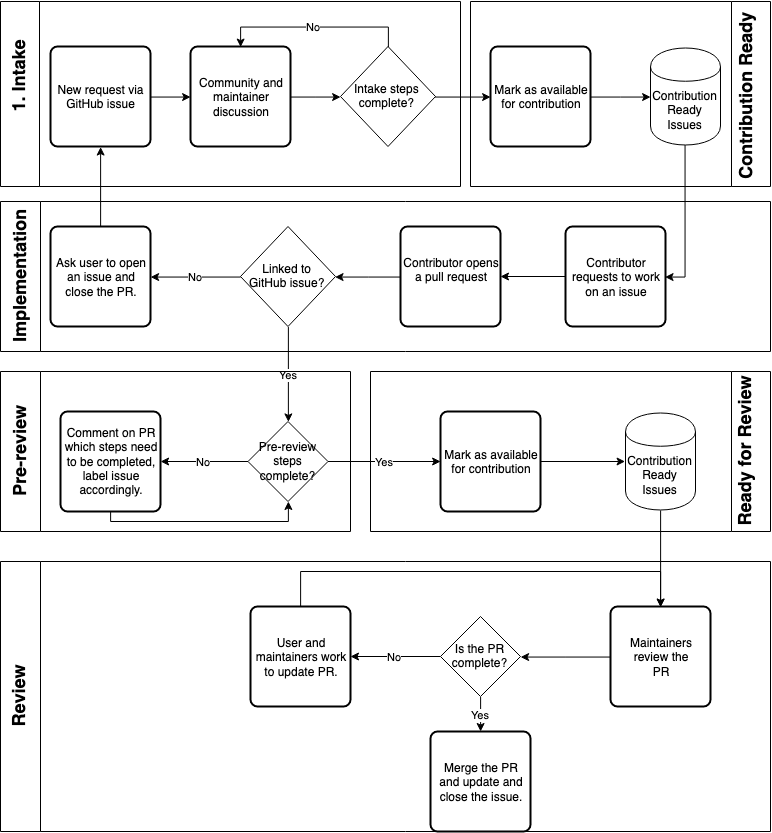
The draw.io diagram proposals/contrib-guide-high-level.png in kdaily/aws-cli, before a commit. Source tidied: cells renumbered, new cells last; positions are measured from the earlier drawing's top-left corner, leaving out a move shared by most shapes.
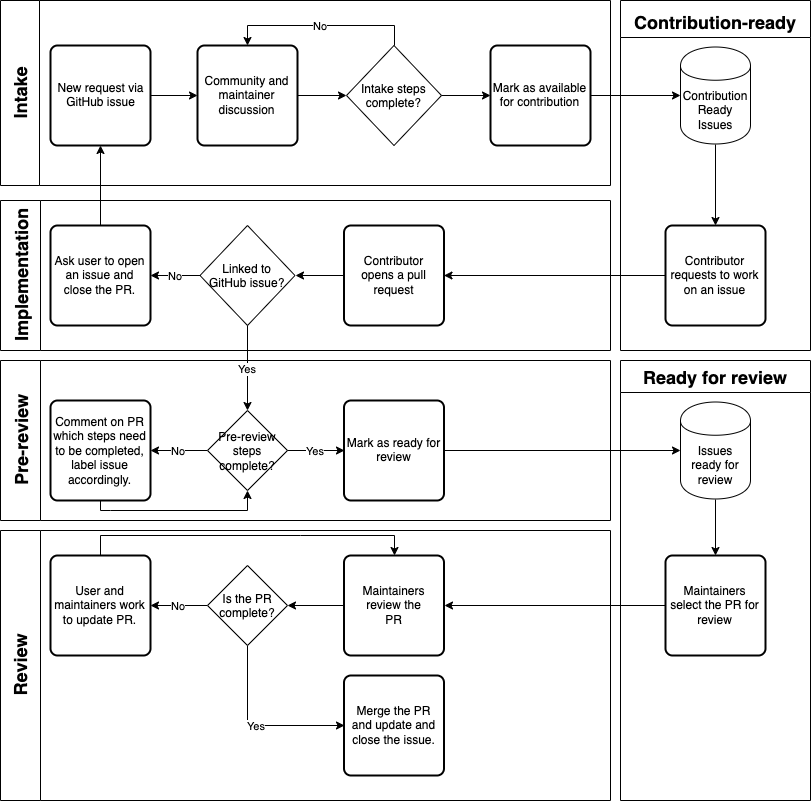
The same file after the commit.

The edit, as a diff of the source:
```diff
@@ -8,13 +8,13 @@
       </mxGeometry>
     </mxCell>
     <mxCell id="3" style="swimlane;startSize=39;direction=north;" parent="1" vertex="1">
-      <mxGeometry x="62" width="460" height="185" as="geometry" />
+      <mxGeometry x="62" width="610" height="185" as="geometry" />
     </mxCell>
     <mxCell id="4" value="&lt;div&gt;Intake steps&lt;/div&gt;&lt;div&gt;complete?&lt;/div&gt;" style="shape=rhombus;html=1;dashed=0;whitespace=wrap;perimeter=rhombusPerimeter;" parent="3" vertex="1">
-      <mxGeometry x="340" y="45" width="95" height="100" as="geometry" />
+      <mxGeometry x="346" y="45" width="95" height="100" as="geometry" />
     </mxCell>
     <mxCell id="5" value="Community and maintainer discussion" style="rounded=1;whiteSpace=wrap;html=1;absoluteArcSize=1;arcSize=14;strokeWidth=2;" parent="3" vertex="1">
-      <mxGeometry x="190" y="45" width="100" height="100" as="geometry" />
+      <mxGeometry x="197" y="45" width="100" height="100" as="geometry" />
     </mxCell>
     <mxCell id="6" value="No" style="edgeStyle=orthogonalEdgeStyle;rounded=0;jettySize=auto;html=1;entryX=0.5;entryY=0;entryDx=0;entryDy=0;exitX=0.5;exitY=0;exitDx=0;exitDy=0;" parent="3" edge="1" source="4" target="5">
       <mxGeometry relative="1" as="geometry" />
@@ -23,28 +23,22 @@
       <mxGeometry relative="1" as="geometry" />
     </mxCell>
     <mxCell id="8" style="swimlane;startSize=40;direction=north;" parent="1" vertex="1">
-      <mxGeometry x="62" y="200" width="770" height="150" as="geometry" />
+      <mxGeometry x="62" y="200" width="610" height="150" as="geometry" />
     </mxCell>
     <mxCell id="9" value="&lt;font style=&quot;font-size: 18px&quot;&gt;&lt;b&gt;Implementation&lt;/b&gt;&lt;/font&gt;" style="text;html=1;strokeColor=none;fillColor=none;align=center;verticalAlign=middle;whiteSpace=wrap;rounded=0;rotation=-90;" parent="8" vertex="1">
       <mxGeometry y="65" width="40" height="20" as="geometry" />
     </mxCell>
     <mxCell id="10" value="&lt;div&gt;Linked to&lt;/div&gt;&lt;div&gt;GitHub issue?&lt;/div&gt;" style="shape=rhombus;html=1;dashed=0;whitespace=wrap;perimeter=rhombusPerimeter;" parent="8" vertex="1">
-      <mxGeometry x="240" y="25" width="95" height="100" as="geometry" />
+      <mxGeometry x="199.5" y="25" width="95" height="100" as="geometry" />
     </mxCell>
-    <mxCell id="11" value="Contributor requests to work on an issue" style="rounded=1;whiteSpace=wrap;html=1;absoluteArcSize=1;arcSize=14;strokeWidth=2;" parent="8" vertex="1">
-      <mxGeometry x="565" y="25" width="100" height="100" as="geometry" />
-    </mxCell>
     <mxCell id="12" value="Contributor opens a pull request" style="rounded=1;whiteSpace=wrap;html=1;absoluteArcSize=1;arcSize=14;strokeWidth=2;" parent="8" vertex="1">
-      <mxGeometry x="400" y="25" width="100" height="100" as="geometry" />
+      <mxGeometry x="343.5" y="25" width="100" height="100" as="geometry" />
     </mxCell>
-    <mxCell id="13" style="edgeStyle=orthogonalEdgeStyle;rounded=0;jettySize=auto;html=1;" parent="8" edge="1" source="11" target="12">
-      <mxGeometry relative="1" as="geometry" />
-    </mxCell>
     <mxCell id="14" style="edgeStyle=orthogonalEdgeStyle;rounded=0;jettySize=auto;html=1;entryX=1;entryY=0.5;entryDx=0;entryDy=0;" parent="8" edge="1" source="12" target="10">
       <mxGeometry relative="1" as="geometry" />
     </mxCell>
     <mxCell id="15" style="swimlane;startSize=40;direction=north;" parent="1" vertex="1">
-      <mxGeometry x="62" y="560" width="770" height="270" as="geometry" />
+      <mxGeometry x="62" y="530" width="610" height="270" as="geometry" />
     </mxCell>
     <mxCell id="16" value="&lt;font style=&quot;font-size: 18px&quot;&gt;&lt;b&gt;Review&lt;/b&gt;&lt;/font&gt;" style="text;html=1;strokeColor=none;fillColor=none;align=center;verticalAlign=middle;whiteSpace=wrap;rounded=0;rotation=-90;" parent="15" vertex="1">
       <mxGeometry y="125" width="40" height="20" as="geometry" />
@@ -53,30 +47,30 @@
       <mxGeometry relative="1" as="geometry" />
     </mxCell>
     <mxCell id="18" value="&lt;div&gt;Maintainers review the&lt;/div&gt;&lt;div&gt;PR&lt;br&gt;&lt;/div&gt;" style="rounded=1;whiteSpace=wrap;html=1;absoluteArcSize=1;arcSize=14;strokeWidth=2;" parent="15" vertex="1">
-      <mxGeometry x="610" y="45" width="100" height="100" as="geometry" />
+      <mxGeometry x="343.5" y="25" width="100" height="100" as="geometry" />
     </mxCell>
-    <mxCell id="19" value="Yes" style="edgeStyle=orthogonalEdgeStyle;rounded=0;jettySize=auto;html=1;entryX=0.5;entryY=0;entryDx=0;entryDy=0;exitX=0.5;exitY=1;exitDx=0;exitDy=0;" parent="15" edge="1" source="24" target="22">
+    <mxCell id="19" value="Yes" style="edgeStyle=orthogonalEdgeStyle;rounded=0;jettySize=auto;html=1;entryX=0;entryY=0.5;entryDx=0;entryDy=0;exitX=0.5;exitY=1;exitDx=0;exitDy=0;" parent="15" edge="1" source="24" target="22">
       <mxGeometry relative="1" as="geometry" />
     </mxCell>
     <mxCell id="20" style="edgeStyle=orthogonalEdgeStyle;rounded=0;jettySize=auto;html=1;entryX=0.5;entryY=0;entryDx=0;entryDy=0;exitX=0.5;exitY=0;exitDx=0;exitDy=0;" parent="15" edge="1" source="21" target="18">
       <mxGeometry relative="1" as="geometry">
         <Array as="points">
-          <mxPoint x="300" y="10" />
-          <mxPoint x="660" y="10" />
+          <mxPoint x="300" y="5" />
+          <mxPoint x="660" y="5" />
         </Array>
       </mxGeometry>
     </mxCell>
     <mxCell id="21" value="User and maintainers work to update PR." style="rounded=1;whiteSpace=wrap;html=1;absoluteArcSize=1;arcSize=14;strokeWidth=2;" parent="15" vertex="1">
-      <mxGeometry x="250" y="45" width="100" height="100" as="geometry" />
+      <mxGeometry x="50" y="25" width="100" height="100" as="geometry" />
     </mxCell>
     <mxCell id="22" value="Merge the PR and update and close the issue." style="rounded=1;whiteSpace=wrap;html=1;absoluteArcSize=1;arcSize=14;strokeWidth=2;" parent="15" vertex="1">
-      <mxGeometry x="430" y="170" width="100" height="100" as="geometry" />
+      <mxGeometry x="343.5" y="145" width="100" height="100" as="geometry" />
     </mxCell>
     <mxCell id="23" value="No" style="edgeStyle=orthogonalEdgeStyle;rounded=0;jettySize=auto;html=1;" parent="15" edge="1" source="24" target="21">
       <mxGeometry relative="1" as="geometry" />
     </mxCell>
     <mxCell id="24" value="Is the PR complete?" style="rhombus;whiteSpace=wrap;html=1;" parent="15" vertex="1">
-      <mxGeometry x="440" y="55" width="80" height="80" as="geometry" />
+      <mxGeometry x="207" y="35" width="80" height="80" as="geometry" />
     </mxCell>
     <mxCell id="25" style="edgeStyle=orthogonalEdgeStyle;rounded=0;jettySize=auto;html=1;exitX=0.5;exitY=0;exitDx=0;exitDy=0;entryX=0.5;entryY=1;entryDx=0;entryDy=0;" parent="1" edge="1" source="27" target="37">
       <mxGeometry relative="1" as="geometry" />
@@ -91,7 +85,7 @@
       <mxGeometry relative="1" as="geometry" />
     </mxCell>
     <mxCell id="29" style="swimlane;startSize=40;direction=north;" parent="1" vertex="1">
-      <mxGeometry x="62" y="370" width="350" height="160" as="geometry" />
+      <mxGeometry x="62" y="360" width="610" height="160" as="geometry" />
     </mxCell>
     <mxCell id="30" value="&lt;font style=&quot;font-size: 18px&quot;&gt;&lt;b&gt;Pre-review&lt;/b&gt;&lt;/font&gt;" style="text;html=1;strokeColor=none;fillColor=none;align=center;verticalAlign=middle;whiteSpace=wrap;rounded=0;rotation=-90;" parent="29" vertex="1">
       <mxGeometry x="-62.5" y="70" width="165" height="20" as="geometry" />
@@ -100,24 +94,30 @@
       <mxGeometry relative="1" as="geometry">
         <Array as="points">
           <mxPoint x="110" y="150" />
-          <mxPoint x="288" y="150" />
+          <mxPoint x="237" y="150" />
         </Array>
       </mxGeometry>
     </mxCell>
     <mxCell id="32" value="Comment on PR which steps need to be completed, label issue accordingly." style="rounded=1;whiteSpace=wrap;html=1;absoluteArcSize=1;arcSize=14;strokeWidth=2;" parent="29" vertex="1">
-      <mxGeometry x="60" y="40" width="100" height="100" as="geometry" />
+      <mxGeometry x="50" y="40" width="100" height="100" as="geometry" />
     </mxCell>
     <mxCell id="33" value="No" style="edgeStyle=orthogonalEdgeStyle;rounded=0;jettySize=auto;html=1;entryX=1;entryY=0.5;entryDx=0;entryDy=0;exitX=0;exitY=0.5;exitDx=0;exitDy=0;" parent="29" edge="1" source="34" target="32">
       <mxGeometry relative="1" as="geometry" />
     </mxCell>
     <mxCell id="34" value="Pre-review steps complete?" style="rhombus;whiteSpace=wrap;html=1;" parent="29" vertex="1">
-      <mxGeometry x="247.5" y="50" width="80" height="80" as="geometry" />
+      <mxGeometry x="207" y="50" width="80" height="80" as="geometry" />
     </mxCell>
+    <mxCell id="47" value="Mark as ready for review" style="rounded=1;whiteSpace=wrap;html=1;absoluteArcSize=1;arcSize=14;strokeWidth=2;" parent="29" vertex="1">
+      <mxGeometry x="343.5" y="40" width="100" height="100" as="geometry" />
+    </mxCell>
+    <mxCell id="50" value="Yes" style="edgeStyle=orthogonalEdgeStyle;rounded=0;jettySize=auto;html=1;entryX=0;entryY=0.5;entryDx=0;entryDy=0;" parent="29" edge="1" source="34" target="47">
+      <mxGeometry relative="1" as="geometry" />
+    </mxCell>
-    <mxCell id="35" style="edgeStyle=orthogonalEdgeStyle;rounded=0;jettySize=auto;html=1;entryX=1;entryY=0.5;entryDx=0;entryDy=0;exitX=0.5;exitY=1;exitDx=0;exitDy=0;" parent="1" edge="1" source="44" target="11">
+    <mxCell id="35" style="edgeStyle=orthogonalEdgeStyle;rounded=0;jettySize=auto;html=1;entryX=0.5;entryY=0;entryDx=0;entryDy=0;exitX=0.5;exitY=1;exitDx=0;exitDy=0;" parent="1" edge="1" source="44" target="11">
       <mxGeometry relative="1" as="geometry" />
     </mxCell>
-    <mxCell id="36" value="&lt;font style=&quot;font-size: 18px&quot;&gt;&lt;b&gt;1. Intake&lt;/b&gt;&lt;/font&gt;" style="text;html=1;strokeColor=none;fillColor=none;align=center;verticalAlign=middle;whiteSpace=wrap;rounded=0;rotation=-90;" parent="1" vertex="1">
-      <mxGeometry x="37" y="65" width="90" height="20" as="geometry" />
+    <mxCell id="36" value="&lt;font style=&quot;font-size: 18px&quot;&gt;&lt;b&gt;Intake&lt;/b&gt;&lt;/font&gt;" style="text;html=1;strokeColor=none;fillColor=none;align=center;verticalAlign=middle;whiteSpace=wrap;rounded=0;rotation=-90;" parent="1" vertex="1">
+      <mxGeometry x="37" y="82.5" width="90" height="20" as="geometry" />
     </mxCell>
     <mxCell id="37" value="&lt;div&gt;New request via&lt;/div&gt;&lt;div&gt; GitHub issue&lt;/div&gt;" style="rounded=1;whiteSpace=wrap;html=1;absoluteArcSize=1;arcSize=14;strokeWidth=2;" parent="1" vertex="1">
       <mxGeometry x="112" y="45" width="100" height="100" as="geometry" />
@@ -128,41 +128,47 @@
     <mxCell id="39" style="edgeStyle=orthogonalEdgeStyle;rounded=0;jettySize=auto;html=1;entryX=0;entryY=0.5;entryDx=0;entryDy=0;exitX=1;exitY=0.5;exitDx=0;exitDy=0;" parent="1" edge="1" source="4" target="42">
       <mxGeometry relative="1" as="geometry" />
     </mxCell>
-    <mxCell id="40" style="swimlane;startSize=39;direction=south;" parent="1" vertex="1">
-      <mxGeometry x="532" width="300" height="185" as="geometry" />
-    </mxCell>
-    <mxCell id="41" value="&lt;font style=&quot;font-size: 18px&quot;&gt;&lt;b&gt;Contribution Ready&lt;/b&gt;&lt;/font&gt;" style="text;html=1;strokeColor=none;fillColor=none;align=center;verticalAlign=middle;whiteSpace=wrap;rounded=0;rotation=-90;" parent="40" vertex="1">
-      <mxGeometry x="180" y="85" width="192.5" height="20" as="geometry" />
-    </mxCell>
-    <mxCell id="42" value="Mark as available for contribution" style="rounded=1;whiteSpace=wrap;html=1;absoluteArcSize=1;arcSize=14;strokeWidth=2;" parent="40" vertex="1">
-      <mxGeometry x="20" y="45" width="100" height="100" as="geometry" />
+    <mxCell id="42" value="Mark as available for contribution" style="rounded=1;whiteSpace=wrap;html=1;absoluteArcSize=1;arcSize=14;strokeWidth=2;" parent="1" vertex="1">
+      <mxGeometry x="552" y="45" width="100" height="100" as="geometry" />
     </mxCell>
-    <mxCell id="43" style="edgeStyle=orthogonalEdgeStyle;rounded=0;jettySize=auto;html=1;entryX=0;entryY=0.5;entryDx=0;entryDy=0;" parent="40" edge="1" source="42" target="44">
+    <mxCell id="43" style="edgeStyle=orthogonalEdgeStyle;rounded=0;jettySize=auto;html=1;entryX=0;entryY=0.5;entryDx=0;entryDy=0;" parent="1" edge="1" source="42" target="44">
       <mxGeometry relative="1" as="geometry" />
     </mxCell>
-    <mxCell id="44" value="Contribution Ready Issues" style="shape=cylinder;whiteSpace=wrap;html=1;boundedLbl=1;backgroundOutline=1;" parent="40" vertex="1">
-      <mxGeometry x="180" y="46.5" width="70" height="97" as="geometry" />
+    <mxCell id="44" value="Contribution Ready Issues" style="shape=cylinder;whiteSpace=wrap;html=1;boundedLbl=1;backgroundOutline=1;" parent="1" vertex="1">
+      <mxGeometry x="742" y="46.5" width="70" height="97" as="geometry" />
     </mxCell>
-    <mxCell id="45" style="swimlane;startSize=39;direction=south;" parent="1" vertex="1">
-      <mxGeometry x="432" y="370" width="400" height="160" as="geometry" />
-    </mxCell>
-    <mxCell id="46" value="&lt;font style=&quot;font-size: 18px&quot;&gt;&lt;b&gt;Ready for Review&lt;br&gt;&lt;/b&gt;&lt;/font&gt;" style="text;html=1;strokeColor=none;fillColor=none;align=center;verticalAlign=middle;whiteSpace=wrap;rounded=0;rotation=-90;" parent="45" vertex="1">
-      <mxGeometry x="280" y="70" width="192.5" height="20" as="geometry" />
-    </mxCell>
-    <mxCell id="47" value="Mark as available for contribution" style="rounded=1;whiteSpace=wrap;html=1;absoluteArcSize=1;arcSize=14;strokeWidth=2;" parent="45" vertex="1">
-      <mxGeometry x="70" y="40" width="100" height="100" as="geometry" />
-    </mxCell>
+    <mxCell id="11" value="Contributor requests to work on an issue" style="rounded=1;whiteSpace=wrap;html=1;absoluteArcSize=1;arcSize=14;strokeWidth=2;" parent="1" vertex="1">
+      <mxGeometry x="727" y="225" width="100" height="100" as="geometry" />
+    </mxCell>
+    <mxCell id="13" style="edgeStyle=orthogonalEdgeStyle;rounded=0;jettySize=auto;html=1;" parent="1" edge="1" source="11" target="12">
+      <mxGeometry relative="1" as="geometry" />
+    </mxCell>
+    <mxCell id="52" style="swimlane;startSize=37;" parent="1" vertex="1">
+      <mxGeometry x="682" width="190" height="350" as="geometry" />
+    </mxCell>
+    <mxCell id="53" value="&lt;font style=&quot;font-size: 18px&quot;&gt;Contribution-ready&lt;/font&gt;" style="text;strokeColor=none;fillColor=none;html=1;fontSize=24;fontStyle=1;verticalAlign=middle;align=center;" parent="52" vertex="1">
+      <mxGeometry x="45" width="100" height="40" as="geometry" />
+    </mxCell>
-    <mxCell id="48" style="edgeStyle=orthogonalEdgeStyle;rounded=0;jettySize=auto;html=1;entryX=0;entryY=0.5;entryDx=0;entryDy=0;" parent="45" edge="1" source="47" target="49">
+    <mxCell id="48" style="edgeStyle=orthogonalEdgeStyle;rounded=0;jettySize=auto;html=1;entryX=0;entryY=0.5;entryDx=0;entryDy=0;" parent="1" edge="1" source="47" target="49">
       <mxGeometry relative="1" as="geometry" />
     </mxCell>
+    <mxCell id="54" style="swimlane;startSize=32;" parent="1" vertex="1">
+      <mxGeometry x="682" y="360" width="190" height="440" as="geometry" />
+    </mxCell>
+    <mxCell id="55" value="&lt;font style=&quot;font-size: 18px&quot;&gt;Ready for review&lt;br&gt;&lt;/font&gt;" style="text;strokeColor=none;fillColor=none;html=1;fontSize=24;fontStyle=1;verticalAlign=middle;align=center;" parent="54" vertex="1">
+      <mxGeometry x="45" y="-5" width="100" height="40" as="geometry" />
+    </mxCell>
+    <mxCell id="56" value="&lt;div&gt;Maintainers select the PR for review&lt;/div&gt;" style="rounded=1;whiteSpace=wrap;html=1;absoluteArcSize=1;arcSize=14;strokeWidth=2;" parent="54" vertex="1">
+      <mxGeometry x="45" y="195" width="100" height="100" as="geometry" />
+    </mxCell>
-    <mxCell id="49" value="Contribution Ready Issues" style="shape=cylinder;whiteSpace=wrap;html=1;boundedLbl=1;backgroundOutline=1;" parent="45" vertex="1">
-      <mxGeometry x="255" y="41.5" width="70" height="97" as="geometry" />
+    <mxCell id="49" value="Issues ready for review" style="shape=cylinder;whiteSpace=wrap;html=1;boundedLbl=1;backgroundOutline=1;" parent="54" vertex="1">
+      <mxGeometry x="60" y="41.5" width="70" height="97" as="geometry" />
     </mxCell>
-    <mxCell id="50" value="Yes" style="edgeStyle=orthogonalEdgeStyle;rounded=0;jettySize=auto;html=1;entryX=0;entryY=0.5;entryDx=0;entryDy=0;" parent="1" edge="1" source="34" target="47">
-      <mxGeometry relative="1" as="geometry" />
-    </mxCell>
-    <mxCell id="51" style="edgeStyle=orthogonalEdgeStyle;rounded=0;jettySize=auto;html=1;entryX=0.5;entryY=0;entryDx=0;entryDy=0;exitX=0.5;exitY=1;exitDx=0;exitDy=0;" parent="1" edge="1" source="49" target="18">
+    <mxCell id="51" style="edgeStyle=orthogonalEdgeStyle;rounded=0;jettySize=auto;html=1;entryX=0.5;entryY=0;entryDx=0;entryDy=0;exitX=0.5;exitY=1;exitDx=0;exitDy=0;" parent="54" edge="1" source="49" target="56">
       <mxGeometry relative="1" as="geometry" />
     </mxCell>
+    <mxCell id="57" style="edgeStyle=orthogonalEdgeStyle;rounded=0;jettySize=auto;html=1;entryX=1;entryY=0.5;entryDx=0;entryDy=0;" parent="1" edge="1" source="56" target="18">
+      <mxGeometry relative="1" as="geometry" />
+    </mxCell>
   </root>
 </mxGraphModel>
```
